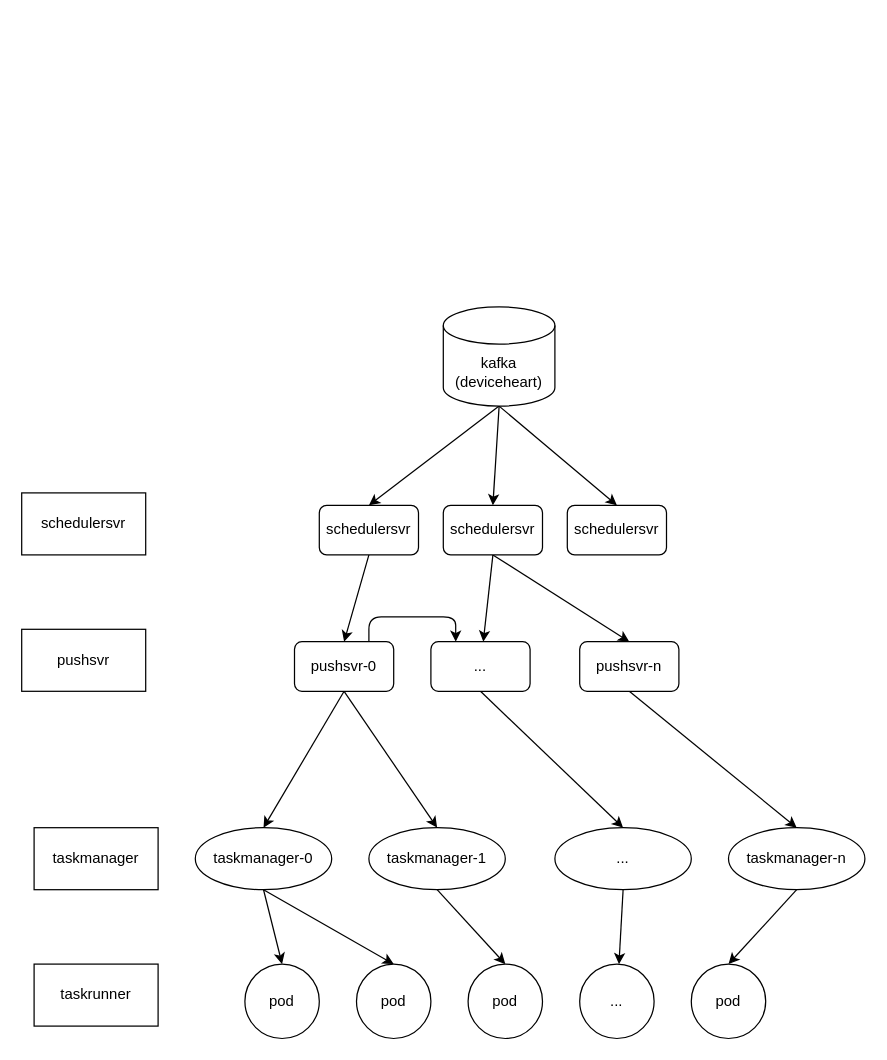
zhufuyin/draw keeps this draw.io diagram as 云测调度流程.drawio. Above is the earlier version. Source tidied: cells renumbered, new cells numbered last; positions are measured from the earlier drawing's top-left corner, leaving out a move shared by most shapes. Both pictures are drawn from the tidied source at 124%, with x=0, y=0 at pixel (21, 306).
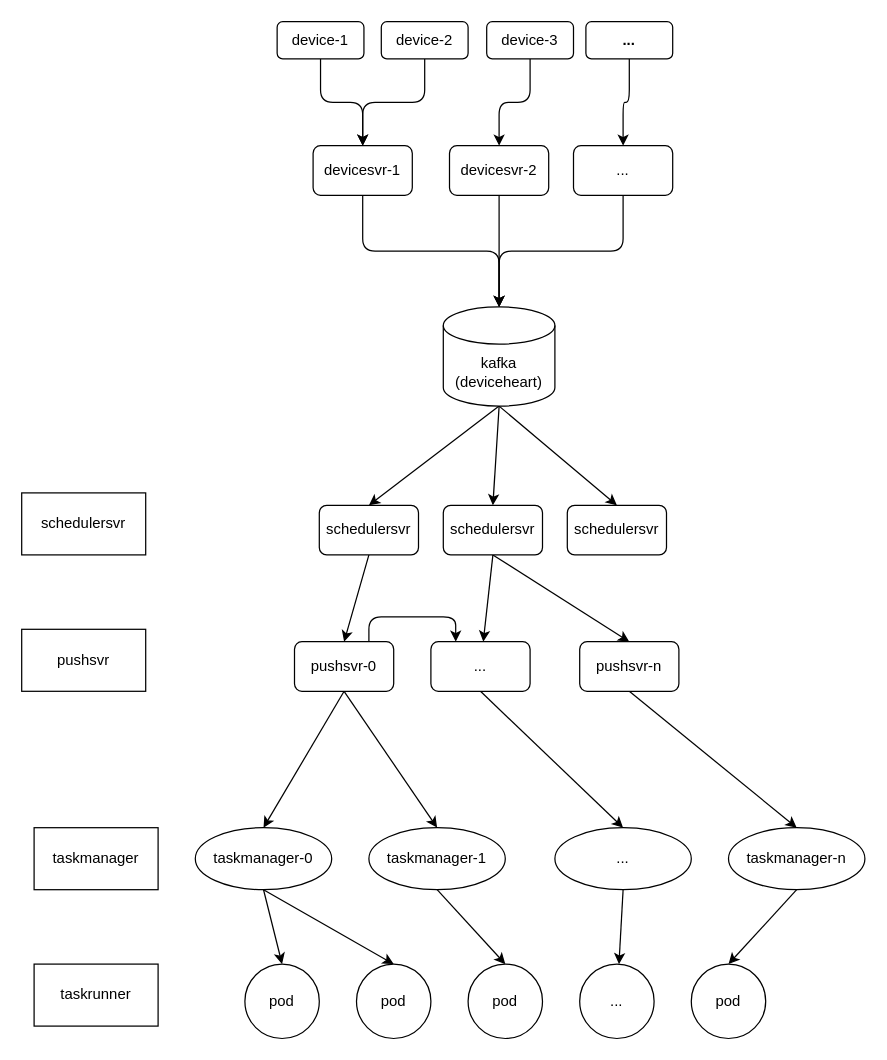
The same diagram, later.

Commit message (it also covers changes not shown here):
更新云测调度流程.drawio

Unchanged cells that the change refers to:
```xml
<mxCell id="24" value="&lt;div&gt;kafka&lt;/div&gt;&lt;div&gt;(deviceheart)&lt;br&gt;&lt;/div&gt;" style="shape=cylinder3;whiteSpace=wrap;html=1;boundedLbl=1;backgroundOutline=1;size=15;" parent="1" vertex="1">
  <mxGeometry x="340" width="90" height="80" as="geometry" />
</mxCell>
```

Diff of the diagram source:
```diff
@@
+    <mxCell id="38" style="edgeStyle=orthogonalEdgeStyle;rounded=1;jettySize=auto;html=1;exitX=0.5;exitY=1;exitDx=0;exitDy=0;entryX=0.5;entryY=0;entryDx=0;entryDy=0;entryPerimeter=0;" parent="1" edge="1" source="39" target="24">
+      <mxGeometry relative="1" as="geometry" />
+    </mxCell>
+    <mxCell id="39" value="devicesvr-1" style="rounded=1;whiteSpace=wrap;html=1;" parent="1" vertex="1">
+      <mxGeometry x="235" y="-130" width="80" height="40" as="geometry" />
+    </mxCell>
+    <mxCell id="40" style="edgeStyle=orthogonalEdgeStyle;rounded=1;jettySize=auto;html=1;exitX=0.5;exitY=1;exitDx=0;exitDy=0;" parent="1" edge="1" source="41">
+      <mxGeometry relative="1" as="geometry">
+        <mxPoint x="385" as="targetPoint" />
+      </mxGeometry>
+    </mxCell>
+    <mxCell id="41" value="devicesvr-2" style="rounded=1;whiteSpace=wrap;html=1;" parent="1" vertex="1">
+      <mxGeometry x="345" y="-130" width="80" height="40" as="geometry" />
+    </mxCell>
+    <mxCell id="42" style="edgeStyle=orthogonalEdgeStyle;rounded=1;jettySize=auto;html=1;exitX=0.5;exitY=1;exitDx=0;exitDy=0;entryX=0.5;entryY=0;entryDx=0;entryDy=0;entryPerimeter=0;" parent="1" edge="1" source="43" target="24">
+      <mxGeometry relative="1" as="geometry" />
+    </mxCell>
+    <mxCell id="43" value="..." style="rounded=1;whiteSpace=wrap;html=1;" parent="1" vertex="1">
+      <mxGeometry x="445" y="-130" width="80" height="40" as="geometry" />
+    </mxCell>
+    <mxCell id="44" style="edgeStyle=orthogonalEdgeStyle;rounded=1;jettySize=auto;html=1;exitX=0.5;exitY=1;exitDx=0;exitDy=0;entryX=0.5;entryY=0;entryDx=0;entryDy=0;" parent="1" edge="1" source="45" target="39">
+      <mxGeometry relative="1" as="geometry" />
+    </mxCell>
+    <mxCell id="45" value="device-1" style="rounded=1;whiteSpace=wrap;html=1;" parent="1" vertex="1">
+      <mxGeometry x="206" y="-230" width="70" height="30" as="geometry" />
+    </mxCell>
+    <mxCell id="46" style="edgeStyle=orthogonalEdgeStyle;rounded=1;jettySize=auto;html=1;exitX=0.5;exitY=1;exitDx=0;exitDy=0;entryX=0.5;entryY=0;entryDx=0;entryDy=0;" parent="1" edge="1" source="47" target="39">
+      <mxGeometry relative="1" as="geometry" />
+    </mxCell>
+    <mxCell id="47" value="device-2" style="rounded=1;whiteSpace=wrap;html=1;" parent="1" vertex="1">
+      <mxGeometry x="290" y="-230" width="70" height="30" as="geometry" />
+    </mxCell>
+    <mxCell id="48" style="edgeStyle=orthogonalEdgeStyle;rounded=1;jettySize=auto;html=1;exitX=0.5;exitY=1;exitDx=0;exitDy=0;entryX=0.5;entryY=0;entryDx=0;entryDy=0;" parent="1" edge="1" source="49" target="43">
+      <mxGeometry relative="1" as="geometry" />
+    </mxCell>
+    <mxCell id="49" value="..." style="rounded=1;whiteSpace=wrap;html=1;fontStyle=1;" parent="1" vertex="1">
+      <mxGeometry x="455" y="-230" width="70" height="30" as="geometry" />
+    </mxCell>
+    <mxCell id="50" style="edgeStyle=orthogonalEdgeStyle;rounded=1;jettySize=auto;html=1;exitX=0.5;exitY=1;exitDx=0;exitDy=0;entryX=0.5;entryY=0;entryDx=0;entryDy=0;" parent="1" edge="1" source="51" target="41">
+      <mxGeometry relative="1" as="geometry" />
+    </mxCell>
+    <mxCell id="51" value="device-3" style="rounded=1;whiteSpace=wrap;html=1;" parent="1" vertex="1">
+      <mxGeometry x="375" y="-230" width="70" height="30" as="geometry" />
+    </mxCell>
```
